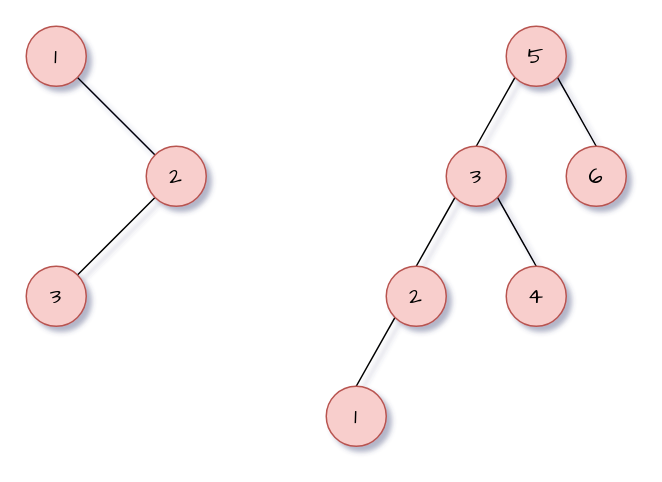
This is draw.io/二叉树的后序遍历.drawio from goldknife6/algorithm, a draw.io file, before an edit. Source tidied: cells renumbered, new cells numbered last; positions are measured from the earlier drawing's top-left corner, leaving out a move shared by most shapes. Both pictures are drawn from the tidied source at 150%, with x=0, y=0 at pixel (26, 26).
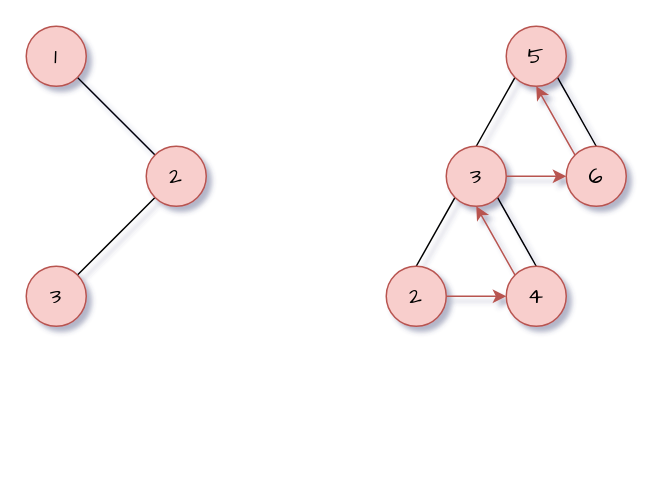
The same diagram, later.

Commit message:
更新二叉树的后序遍历.drawio

What changed in the source:
```diff
@@
 <mxGraphModel background="#FFFFFF" shadow="1">
   <root>
     <mxCell id="0" />
     <mxCell id="1" parent="0" />
     <mxCell id="2" style="rounded=0;jettySize=auto;html=1;exitX=1;exitY=1;exitDx=0;exitDy=0;entryX=0;entryY=0;entryDx=0;entryDy=0;fontFamily=Comic Sans MS;fontSize=15;endArrow=none;endFill=0;" parent="1" edge="1" source="3" target="5">
       <mxGeometry relative="1" as="geometry" />
     </mxCell>
     <mxCell id="3" value="&lt;font style=&quot;font-size: 15px&quot; face=&quot;Comic Sans MS&quot;&gt;1&lt;/font&gt;" style="ellipse;whiteSpace=wrap;html=1;fillColor=#f8cecc;strokeColor=#b85450;" parent="1" vertex="1">
       <mxGeometry width="40" height="40" as="geometry" />
     </mxCell>
     <mxCell id="4" style="edgeStyle=none;rounded=0;jettySize=auto;html=1;exitX=0;exitY=1;exitDx=0;exitDy=0;entryX=1;entryY=0;entryDx=0;entryDy=0;fontFamily=Comic Sans MS;fontSize=15;endArrow=none;endFill=0;" parent="1" edge="1" source="5" target="6">
       <mxGeometry relative="1" as="geometry" />
     </mxCell>
     <mxCell id="5" value="&lt;font style=&quot;font-size: 15px&quot; face=&quot;Comic Sans MS&quot;&gt;2&lt;/font&gt;" style="ellipse;whiteSpace=wrap;html=1;fillColor=#f8cecc;strokeColor=#b85450;" parent="1" vertex="1">
       <mxGeometry x="80" y="80" width="40" height="40" as="geometry" />
     </mxCell>
     <mxCell id="6" value="&lt;font style=&quot;font-size: 15px&quot; face=&quot;Comic Sans MS&quot;&gt;3&lt;/font&gt;" style="ellipse;whiteSpace=wrap;html=1;fillColor=#f8cecc;strokeColor=#b85450;" parent="1" vertex="1">
       <mxGeometry y="160" width="40" height="40" as="geometry" />
     </mxCell>
     <mxCell id="7" style="rounded=0;jettySize=auto;html=1;exitX=0;exitY=1;exitDx=0;exitDy=0;entryX=0.5;entryY=0;entryDx=0;entryDy=0;endArrow=none;endFill=0;" parent="1" edge="1" source="9" target="12">
       <mxGeometry relative="1" as="geometry" />
     </mxCell>
     <mxCell id="8" style="edgeStyle=none;rounded=0;jettySize=auto;html=1;exitX=1;exitY=1;exitDx=0;exitDy=0;entryX=0.5;entryY=0;entryDx=0;entryDy=0;endArrow=none;endFill=0;" parent="1" edge="1" source="9" target="13">
       <mxGeometry relative="1" as="geometry" />
     </mxCell>
     <mxCell id="9" value="&lt;font style=&quot;font-size: 15px&quot; face=&quot;Comic Sans MS&quot;&gt;5&lt;/font&gt;" style="ellipse;whiteSpace=wrap;html=1;fillColor=#f8cecc;strokeColor=#b85450;" parent="1" vertex="1">
       <mxGeometry x="320" width="40" height="40" as="geometry" />
     </mxCell>
     <mxCell id="10" style="edgeStyle=none;rounded=0;jettySize=auto;html=1;exitX=0;exitY=1;exitDx=0;exitDy=0;entryX=0.5;entryY=0;entryDx=0;entryDy=0;endArrow=none;endFill=0;" parent="1" edge="1" source="12" target="15">
       <mxGeometry relative="1" as="geometry" />
     </mxCell>
     <mxCell id="11" style="edgeStyle=none;rounded=0;jettySize=auto;html=1;exitX=1;exitY=1;exitDx=0;exitDy=0;entryX=0.5;entryY=0;entryDx=0;entryDy=0;endArrow=none;endFill=0;" parent="1" edge="1" source="12" target="16">
       <mxGeometry relative="1" as="geometry" />
     </mxCell>
+    <mxCell id="18" style="edgeStyle=none;rounded=0;jettySize=auto;html=1;exitX=1;exitY=0.5;exitDx=0;exitDy=0;entryX=0;entryY=0.5;entryDx=0;entryDy=0;fillColor=#f8cecc;strokeColor=#b85450;" parent="1" edge="1" source="12" target="13">
+      <mxGeometry relative="1" as="geometry" />
+    </mxCell>
     <mxCell id="12" value="&lt;font style=&quot;font-size: 15px&quot; face=&quot;Comic Sans MS&quot;&gt;3&lt;/font&gt;" style="ellipse;whiteSpace=wrap;html=1;fillColor=#f8cecc;strokeColor=#b85450;" parent="1" vertex="1">
       <mxGeometry x="280" y="80" width="40" height="40" as="geometry" />
     </mxCell>
+    <mxCell id="19" style="edgeStyle=none;rounded=0;jettySize=auto;html=1;exitX=0;exitY=0;exitDx=0;exitDy=0;entryX=0.5;entryY=1;entryDx=0;entryDy=0;fillColor=#f8cecc;strokeColor=#b85450;" parent="1" edge="1" source="13" target="9">
+      <mxGeometry relative="1" as="geometry" />
+    </mxCell>
     <mxCell id="13" value="&lt;font style=&quot;font-size: 15px&quot; face=&quot;Comic Sans MS&quot;&gt;6&lt;/font&gt;" style="ellipse;whiteSpace=wrap;html=1;fillColor=#f8cecc;strokeColor=#b85450;" parent="1" vertex="1">
       <mxGeometry x="360" y="80" width="40" height="40" as="geometry" />
     </mxCell>
-    <mxCell id="14" style="edgeStyle=none;rounded=0;jettySize=auto;html=1;exitX=0;exitY=1;exitDx=0;exitDy=0;entryX=0.5;entryY=0;entryDx=0;entryDy=0;endArrow=none;endFill=0;" parent="1" edge="1" source="15" target="17">
-      <mxGeometry relative="1" as="geometry" />
-    </mxCell>
+    <mxCell id="20" style="edgeStyle=none;rounded=0;jettySize=auto;html=1;exitX=1;exitY=0.5;exitDx=0;exitDy=0;entryX=0;entryY=0.5;entryDx=0;entryDy=0;fillColor=#f8cecc;strokeColor=#b85450;" parent="1" edge="1" source="15" target="16">
+      <mxGeometry relative="1" as="geometry" />
+    </mxCell>
     <mxCell id="15" value="&lt;font style=&quot;font-size: 15px&quot; face=&quot;Comic Sans MS&quot;&gt;2&lt;/font&gt;" style="ellipse;whiteSpace=wrap;html=1;fillColor=#f8cecc;strokeColor=#b85450;" parent="1" vertex="1">
       <mxGeometry x="240" y="160" width="40" height="40" as="geometry" />
     </mxCell>
+    <mxCell id="21" style="edgeStyle=none;rounded=0;jettySize=auto;html=1;exitX=0;exitY=0;exitDx=0;exitDy=0;entryX=0.5;entryY=1;entryDx=0;entryDy=0;fillColor=#f8cecc;strokeColor=#b85450;" parent="1" edge="1" source="16" target="12">
+      <mxGeometry relative="1" as="geometry" />
+    </mxCell>
     <mxCell id="16" value="&lt;font style=&quot;font-size: 15px&quot; face=&quot;Comic Sans MS&quot;&gt;4&lt;/font&gt;" style="ellipse;whiteSpace=wrap;html=1;fillColor=#f8cecc;strokeColor=#b85450;" parent="1" vertex="1">
       <mxGeometry x="320" y="160" width="40" height="40" as="geometry" />
     </mxCell>
-    <mxCell id="17" value="&lt;font style=&quot;font-size: 15px&quot; face=&quot;Comic Sans MS&quot;&gt;1&lt;/font&gt;" style="ellipse;whiteSpace=wrap;html=1;fillColor=#f8cecc;strokeColor=#b85450;" parent="1" vertex="1">
-      <mxGeometry x="200" y="240" width="40" height="40" as="geometry" />
-    </mxCell>
   </root>
 </mxGraphModel>
```
